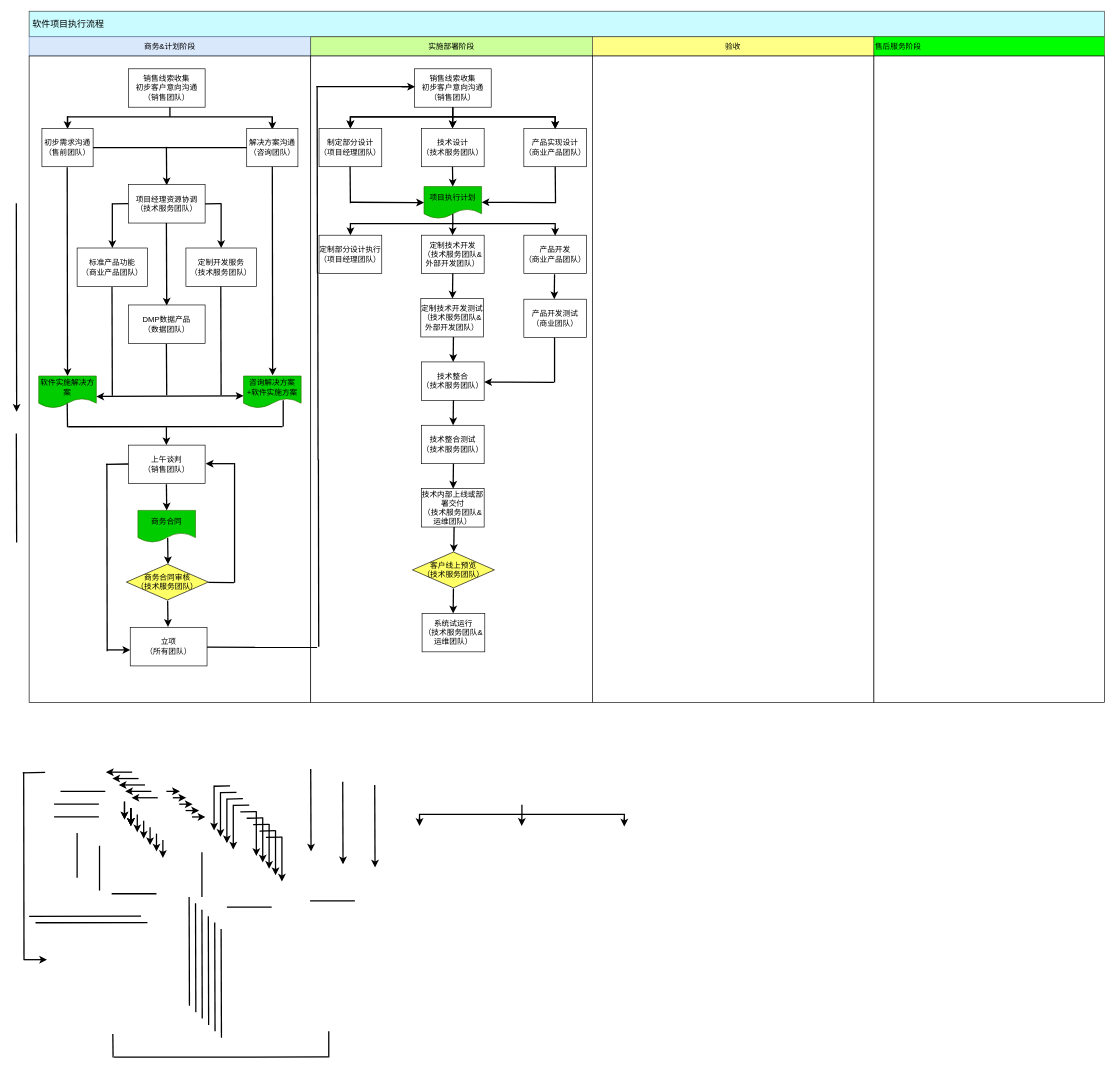
Before: 未命名绘图.drawio in pingxinerlun/Demo, a draw.io diagram. Source tidied: cells renumbered, new cells numbered last; positions are measured from the earlier drawing's top-left corner, leaving out a move shared by most shapes. Both pictures are drawn from the tidied source at 64%, with x=0, y=0 at pixel (16, 11).
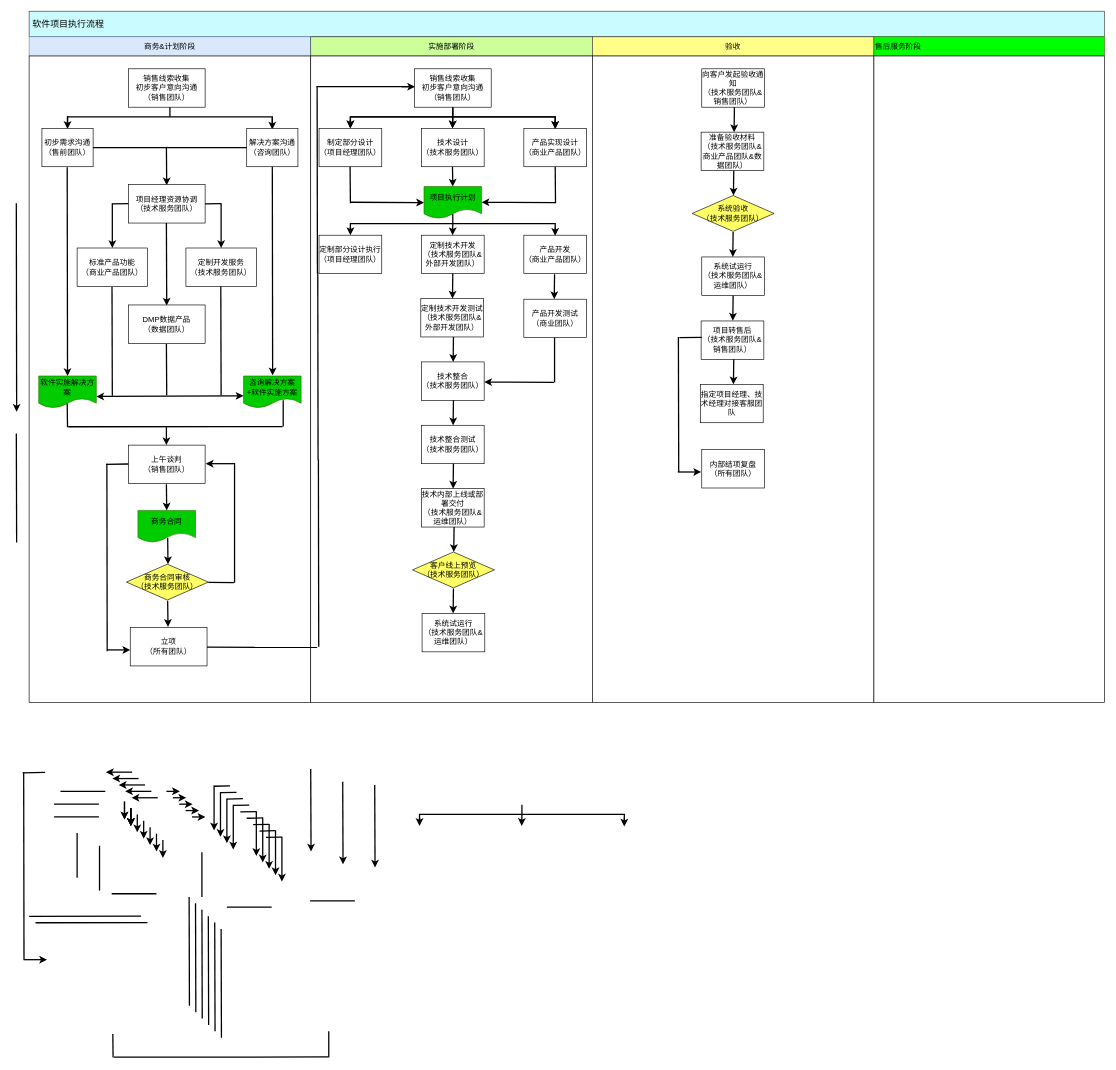
Above is the later version.

Commit message:
验收完成小半.drawio

What changed in the source:
```diff
@@
+    <mxCell id="171" value="准备验收材料&lt;br&gt;（技术服务团队&amp;amp;商业产品团队&amp;amp;数据团队）" style="rounded=0;whiteSpace=wrap;html=1;fillColor=#FFFFFF;align=center;" parent="1" vertex="1">
+      <mxGeometry x="1070" y="189" width="98" height="60" as="geometry" />
+    </mxCell>
+    <mxCell id="172" value="系统验收&lt;br&gt;（技术服务团队）" style="rhombus;whiteSpace=wrap;html=1;align=center;fillColor=#FFFF66;" parent="1" vertex="1">
+      <mxGeometry x="1056" y="288" width="128" height="56" as="geometry" />
+    </mxCell>
+    <mxCell id="173" style="endArrow=classic;html=1;endSize=6;strokeWidth=2;" parent="1" edge="1">
+      <mxGeometry relative="1" as="geometry">
+        <mxPoint x="1121" y="249" as="sourcePoint" />
+        <mxPoint x="1120.5" y="288" as="targetPoint" />
+      </mxGeometry>
+    </mxCell>
+    <mxCell id="174" value="系统试运行&lt;br&gt;（技术服务团队&amp;amp;运维团队）" style="rounded=0;whiteSpace=wrap;html=1;fillColor=#FFFFFF;align=center;" parent="1" vertex="1">
+      <mxGeometry x="1071" y="384" width="98" height="60" as="geometry" />
+    </mxCell>
+    <mxCell id="175" style="endArrow=classic;html=1;endSize=6;strokeWidth=2;" parent="1" edge="1">
+      <mxGeometry relative="1" as="geometry">
+        <mxPoint x="1120" y="345" as="sourcePoint" />
+        <mxPoint x="1119.5" y="384" as="targetPoint" />
+      </mxGeometry>
+    </mxCell>
+    <mxCell id="176" value="向客户发起验收通知&lt;br&gt;（技术服务团队&amp;amp;销售团队）" style="rounded=0;whiteSpace=wrap;html=1;fillColor=#FFFFFF;align=center;" parent="1" vertex="1">
+      <mxGeometry x="1071" y="90" width="98" height="60" as="geometry" />
+    </mxCell>
+    <mxCell id="177" style="endArrow=classic;html=1;endSize=6;strokeWidth=2;" parent="1" edge="1">
+      <mxGeometry relative="1" as="geometry">
+        <mxPoint x="1122" y="150" as="sourcePoint" />
+        <mxPoint x="1121.5" y="189" as="targetPoint" />
+      </mxGeometry>
+    </mxCell>
+    <mxCell id="178" value="指定项目经理、技术经理对接客服团队" style="rounded=0;whiteSpace=wrap;html=1;fillColor=#FFFFFF;align=center;" parent="1" vertex="1">
+      <mxGeometry x="1069" y="583" width="98" height="60" as="geometry" />
+    </mxCell>
+    <mxCell id="179" value="项目转售后&lt;br&gt;（技术服务团队&amp;amp;销售团队）" style="rounded=0;whiteSpace=wrap;html=1;fillColor=#FFFFFF;align=center;" parent="1" vertex="1">
+      <mxGeometry x="1070" y="484" width="98" height="60" as="geometry" />
+    </mxCell>
+    <mxCell id="180" style="endArrow=classic;html=1;endSize=6;strokeWidth=2;" parent="1" edge="1">
+      <mxGeometry relative="1" as="geometry">
+        <mxPoint x="1121" y="544" as="sourcePoint" />
+        <mxPoint x="1120.5" y="583" as="targetPoint" />
+      </mxGeometry>
+    </mxCell>
+    <mxCell id="181" style="endArrow=classic;html=1;endSize=6;strokeWidth=2;" parent="1" edge="1">
+      <mxGeometry relative="1" as="geometry">
+        <mxPoint x="1120" y="444.5" as="sourcePoint" />
+        <mxPoint x="1119.5" y="483.5" as="targetPoint" />
+      </mxGeometry>
+    </mxCell>
+    <mxCell id="182" value="内部结项复盘&lt;br&gt;（所有团队）" style="rounded=0;whiteSpace=wrap;html=1;fillColor=#FFFFFF;align=center;" parent="1" vertex="1">
+      <mxGeometry x="1071" y="685" width="98" height="60" as="geometry" />
+    </mxCell>
+    <mxCell id="183" style="endArrow=none;html=1;strokeWidth=2;" parent="1" edge="1">
+      <mxGeometry relative="1" as="geometry">
+        <mxPoint x="1036" y="510" as="sourcePoint" />
+        <mxPoint x="1071" y="509.5" as="targetPoint" />
+      </mxGeometry>
+    </mxCell>
+    <mxCell id="184" style="endArrow=none;html=1;strokeWidth=2;" parent="1" edge="1">
+      <mxGeometry relative="1" as="geometry">
+        <mxPoint x="1035" y="720" as="sourcePoint" />
+        <mxPoint x="1034.5" y="509" as="targetPoint" />
+      </mxGeometry>
+    </mxCell>
+    <mxCell id="185" style="endArrow=classic;html=1;endSize=6;strokeWidth=2;entryX=-0.017;entryY=0.617;entryDx=0;entryDy=0;entryPerimeter=0;" parent="1" edge="1">
+      <mxGeometry relative="1" as="geometry">
+        <mxPoint x="1033.5" y="720" as="sourcePoint" />
+        <mxPoint x="1070" y="720" as="targetPoint" />
+      </mxGeometry>
+    </mxCell>
```
